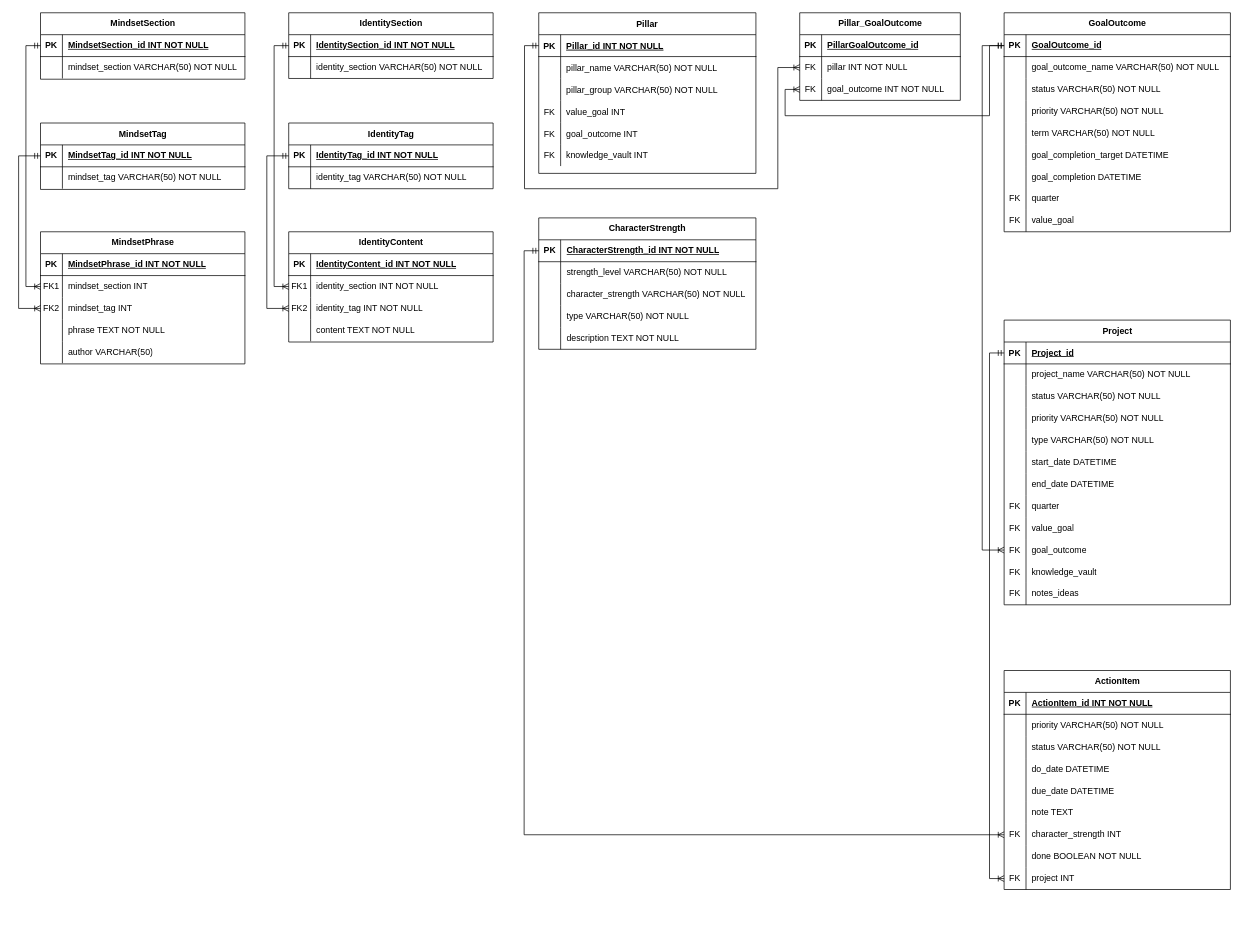
Jpneira2000/life_os keeps this draw.io diagram as Diagrama_ER.drawio. Above is the earlier version. Source tidied: cells renumbered, new cells numbered last; positions are measured from the earlier drawing's top-left corner, leaving out a move shared by most shapes. Both pictures are drawn from the tidied source at 73%, with x=0, y=0 at pixel (18, 12).
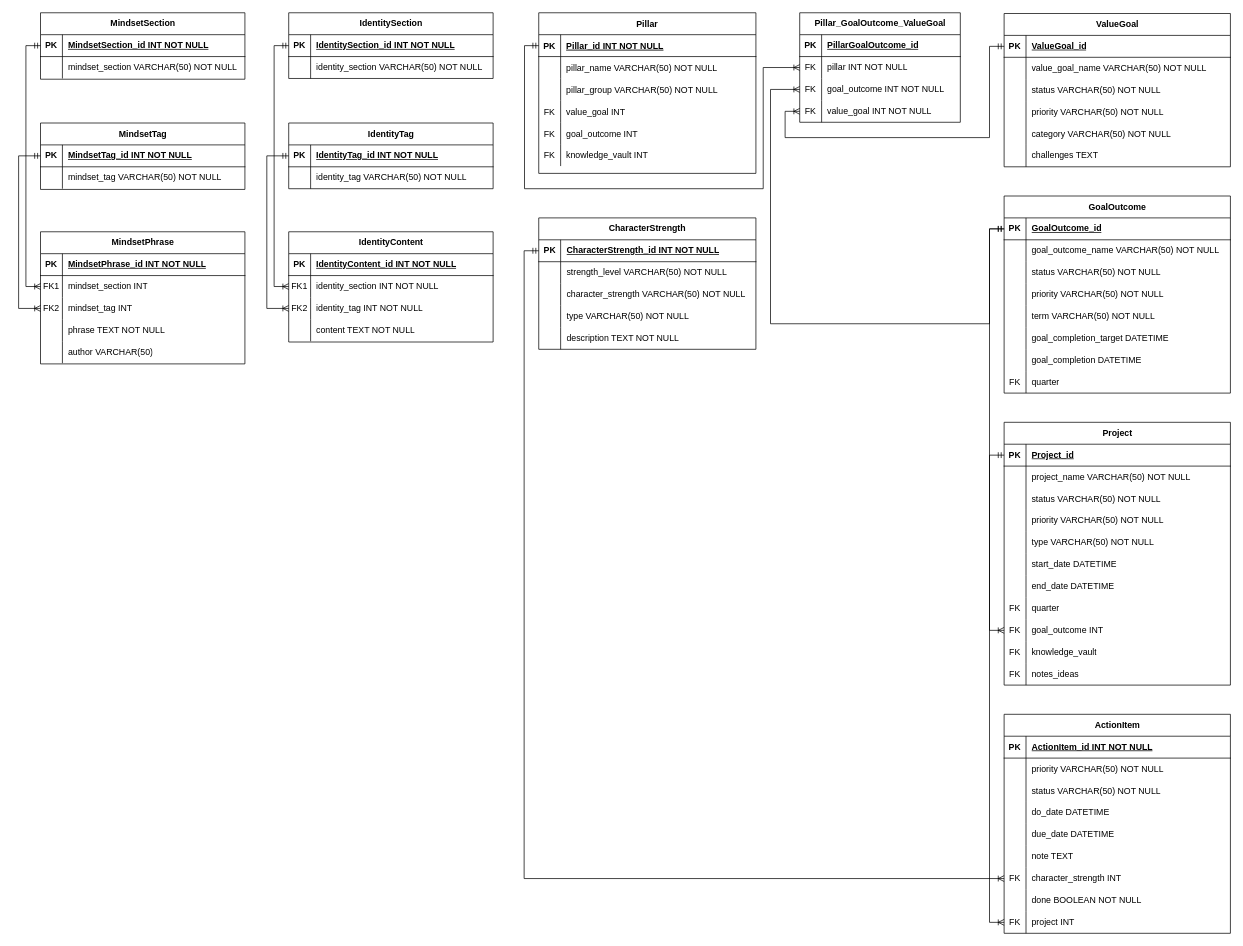
The same diagram, later.

Commit message:
ValueGoal en diagrama

The change refers to these unchanged cells:
```xml
<mxCell id="3" style="shape=partialRectangle;fillColor=none;points=[[0,0.5],[1,0.5]];portConstraint=eastwest;top=0;left=0;right=0;bottom=1;" parent="2" vertex="1">
  <mxGeometry y="30" width="297.5" height="30" as="geometry" />
</mxCell>
<mxCell id="166" style="shape=tableRow;horizontal=0;startSize=0;swimlaneHead=0;swimlaneBody=0;fillColor=none;points=[[0,0.5],[1,0.5]];portConstraint=eastwest;top=0;left=0;right=0;bottom=1;" parent="165" vertex="1">
  <mxGeometry y="30" width="310" height="30" as="geometry" />
</mxCell>
<mxCell id="197" style="shape=tableRow;horizontal=0;startSize=0;swimlaneHead=0;swimlaneBody=0;fillColor=none;points=[[0,0.5],[1,0.5]];portConstraint=eastwest;top=0;left=0;right=0;bottom=0;" parent="193" vertex="1">
  <mxGeometry y="60" width="220" height="30" as="geometry" />
</mxCell>
<mxCell id="200" style="shape=tableRow;horizontal=0;startSize=0;swimlaneHead=0;swimlaneBody=0;fillColor=none;points=[[0,0.5],[1,0.5]];portConstraint=eastwest;top=0;left=0;right=0;bottom=0;" parent="193" vertex="1">
  <mxGeometry y="90" width="220" height="30" as="geometry" />
</mxCell>
```

What changed in the source:
```diff
@@
     <mxCell id="98" value="ActionItem" style="shape=table;startSize=30;childLayout=tableLayout;rowLines=0;fontStyle=1;align=center;html=1;" parent="1" vertex="1">
-      <mxGeometry x="1350" y="901" width="310" height="300" as="geometry" />
+      <mxGeometry x="1350" y="961" width="310" height="300" as="geometry" />
     </mxCell>
@@
     <mxCell id="126" value="Project" style="shape=table;startSize=30;childLayout=tableLayout;rowLines=0;fontStyle=1;align=center;html=1;" parent="1" vertex="1">
-      <mxGeometry x="1350" y="421" width="310" height="390" as="geometry" />
+      <mxGeometry x="1350" y="561" width="310" height="360" as="geometry" />
     </mxCell>
@@
-    <mxCell id="151" style="shape=tableRow;horizontal=0;startSize=0;swimlaneHead=0;swimlaneBody=0;fillColor=none;top=0;left=0;right=0;bottom=0;" parent="126" vertex="1">
-      <mxGeometry y="270" width="310" height="30" as="geometry" />
-    </mxCell>
-    <mxCell id="152" value="FK" style="shape=partialRectangle;fillColor=none;top=0;left=0;bottom=0;right=0;overflow=hidden;whiteSpace=wrap;html=1;" parent="151" vertex="1">
-      <mxGeometry width="30" height="30" as="geometry" />
-    </mxCell>
-    <mxCell id="153" value="value_goal" style="shape=partialRectangle;fillColor=none;top=0;left=0;bottom=0;right=0;align=left;spacingLeft=6;overflow=hidden;whiteSpace=wrap;html=1;" parent="151" vertex="1">
-      <mxGeometry x="30" width="280" height="30" as="geometry" />
-    </mxCell>
     <mxCell id="154" style="shape=tableRow;horizontal=0;startSize=0;swimlaneHead=0;swimlaneBody=0;fillColor=none;points=[[0,0.5],[1,0.5]];portConstraint=eastwest;top=0;left=0;right=0;bottom=0;" parent="126" vertex="1">
-      <mxGeometry y="300" width="310" height="30" as="geometry" />
+      <mxGeometry y="270" width="310" height="30" as="geometry" />
     </mxCell>
@@
-    <mxCell id="156" value="goal_outcome" style="shape=partialRectangle;fillColor=none;top=0;left=0;bottom=0;right=0;align=left;spacingLeft=6;overflow=hidden;whiteSpace=wrap;html=1;" parent="154" vertex="1">
+    <mxCell id="156" value="goal_outcome INT" style="shape=partialRectangle;fillColor=none;top=0;left=0;bottom=0;right=0;align=left;spacingLeft=6;overflow=hidden;whiteSpace=wrap;html=1;" parent="154" vertex="1">
       <mxGeometry x="30" width="280" height="30" as="geometry" />
     </mxCell>
     <mxCell id="157" style="shape=tableRow;horizontal=0;startSize=0;swimlaneHead=0;swimlaneBody=0;fillColor=none;top=0;left=0;right=0;bottom=0;" parent="126" vertex="1">
-      <mxGeometry y="330" width="310" height="30" as="geometry" />
+      <mxGeometry y="300" width="310" height="30" as="geometry" />
     </mxCell>
@@
     <mxCell id="160" style="shape=tableRow;horizontal=0;startSize=0;swimlaneHead=0;swimlaneBody=0;fillColor=none;top=0;left=0;right=0;bottom=0;" parent="126" vertex="1">
-      <mxGeometry y="360" width="310" height="30" as="geometry" />
+      <mxGeometry y="330" width="310" height="30" as="geometry" />
     </mxCell>
@@
     <mxCell id="165" value="GoalOutcome" style="shape=table;startSize=30;childLayout=tableLayout;rowLines=0;fontStyle=1;align=center;html=1;" parent="1" vertex="1">
-      <mxGeometry x="1350" width="310" height="300" as="geometry" />
+      <mxGeometry x="1350" y="251" width="310" height="270" as="geometry" />
     </mxCell>
@@
-    <mxCell id="190" style="shape=tableRow;horizontal=0;startSize=0;swimlaneHead=0;swimlaneBody=0;fillColor=none;top=0;left=0;right=0;bottom=0;" parent="165" vertex="1">
-      <mxGeometry y="270" width="310" height="30" as="geometry" />
-    </mxCell>
-    <mxCell id="191" value="FK" style="shape=partialRectangle;fillColor=none;top=0;left=0;bottom=0;right=0;overflow=hidden;whiteSpace=wrap;html=1;" parent="190" vertex="1">
-      <mxGeometry width="30" height="30" as="geometry" />
-    </mxCell>
-    <mxCell id="192" value="value_goal" style="shape=partialRectangle;fillColor=none;top=0;left=0;bottom=0;right=0;align=left;spacingLeft=6;overflow=hidden;whiteSpace=wrap;html=1;" parent="190" vertex="1">
-      <mxGeometry x="30" width="280" height="30" as="geometry" />
-    </mxCell>
-    <mxCell id="193" value="Pillar_GoalOutcome" style="shape=table;startSize=30;childLayout=tableLayout;rowLines=0;fontStyle=1;align=center;html=1;" parent="1" vertex="1">
-      <mxGeometry x="1070" width="220" height="120" as="geometry" />
+    <mxCell id="193" value="Pillar_GoalOutcome_ValueGoal" style="shape=table;startSize=30;childLayout=tableLayout;rowLines=0;fontStyle=1;align=center;html=1;" parent="1" vertex="1">
+      <mxGeometry x="1070" width="220" height="150" as="geometry" />
     </mxCell>
@@
+    <mxCell id="206" style="shape=tableRow;horizontal=0;startSize=0;swimlaneHead=0;swimlaneBody=0;fillColor=none;points=[[0,0.5],[1,0.5]];portConstraint=eastwest;top=0;left=0;right=0;bottom=0;" parent="193" vertex="1">
+      <mxGeometry y="120" width="220" height="30" as="geometry" />
+    </mxCell>
+    <mxCell id="207" value="FK" style="shape=partialRectangle;fillColor=none;top=0;left=0;bottom=0;right=0;overflow=hidden;whiteSpace=wrap;html=1;" parent="206" vertex="1">
+      <mxGeometry width="30" height="30" as="geometry" />
+    </mxCell>
+    <mxCell id="208" value="value_goal INT NOT NULL" style="shape=partialRectangle;fillColor=none;top=0;left=0;bottom=0;right=0;align=left;spacingLeft=6;overflow=hidden;whiteSpace=wrap;html=1;" parent="206" vertex="1">
+      <mxGeometry x="30" width="190" height="30" as="geometry" />
+    </mxCell>
+    <mxCell id="205" style="edgeStyle=orthogonalEdgeStyle;rounded=0;jettySize=auto;html=1;exitX=0;exitY=0.5;exitDx=0;exitDy=0;entryX=0;entryY=0.5;entryDx=0;entryDy=0;startArrow=ERmandOne;startFill=0;endArrow=ERoneToMany;endFill=0;" parent="1" edge="1" source="166" target="154">
+      <mxGeometry relative="1" as="geometry">
+        <Array as="points">
+          <mxPoint x="1330" y="296" />
+          <mxPoint x="1330" y="846" />
+        </Array>
+      </mxGeometry>
+    </mxCell>
+    <mxCell id="209" value="ValueGoal" style="shape=table;startSize=30;childLayout=tableLayout;rowLines=0;fontStyle=1;align=center;html=1;" parent="1" vertex="1">
+      <mxGeometry x="1350" y="1" width="310" height="210" as="geometry" />
+    </mxCell>
+    <mxCell id="210" style="shape=tableRow;horizontal=0;startSize=0;swimlaneHead=0;swimlaneBody=0;fillColor=none;points=[[0,0.5],[1,0.5]];portConstraint=eastwest;top=0;left=0;right=0;bottom=1;" parent="209" vertex="1">
+      <mxGeometry y="30" width="310" height="30" as="geometry" />
+    </mxCell>
+    <mxCell id="211" value="PK" style="shape=partialRectangle;fillColor=none;top=0;left=0;bottom=0;right=0;fontStyle=1;overflow=hidden;whiteSpace=wrap;html=1;" parent="210" vertex="1">
+      <mxGeometry width="30" height="30" as="geometry" />
+    </mxCell>
+    <mxCell id="212" value="ValueGoal_id" style="shape=partialRectangle;fillColor=none;top=0;left=0;bottom=0;right=0;align=left;spacingLeft=6;fontStyle=5;overflow=hidden;whiteSpace=wrap;html=1;" parent="210" vertex="1">
+      <mxGeometry x="30" width="280" height="30" as="geometry" />
+    </mxCell>
+    <mxCell id="213" style="shape=tableRow;horizontal=0;startSize=0;swimlaneHead=0;swimlaneBody=0;fillColor=none;top=0;left=0;right=0;bottom=0;" parent="209" vertex="1">
+      <mxGeometry y="60" width="310" height="30" as="geometry" />
+    </mxCell>
+    <mxCell id="214" style="shape=partialRectangle;fillColor=none;top=0;left=0;bottom=0;right=0;overflow=hidden;whiteSpace=wrap;html=1;" parent="213" vertex="1">
+      <mxGeometry width="30" height="30" as="geometry" />
+    </mxCell>
+    <mxCell id="215" value="value_goal_name VARCHAR(50) NOT NULL" style="shape=partialRectangle;fillColor=none;top=0;left=0;bottom=0;right=0;align=left;spacingLeft=6;overflow=hidden;whiteSpace=wrap;html=1;" parent="213" vertex="1">
+      <mxGeometry x="30" width="280" height="30" as="geometry" />
+    </mxCell>
+    <mxCell id="216" style="shape=tableRow;horizontal=0;startSize=0;swimlaneHead=0;swimlaneBody=0;fillColor=none;top=0;left=0;right=0;bottom=0;" parent="209" vertex="1">
+      <mxGeometry y="90" width="310" height="30" as="geometry" />
+    </mxCell>
+    <mxCell id="217" style="shape=partialRectangle;fillColor=none;top=0;left=0;bottom=0;right=0;overflow=hidden;whiteSpace=wrap;html=1;" parent="216" vertex="1">
+      <mxGeometry width="30" height="30" as="geometry" />
+    </mxCell>
+    <mxCell id="218" value="status VARCHAR(50) NOT NULL" style="shape=partialRectangle;fillColor=none;top=0;left=0;bottom=0;right=0;align=left;spacingLeft=6;overflow=hidden;whiteSpace=wrap;html=1;" parent="216" vertex="1">
+      <mxGeometry x="30" width="280" height="30" as="geometry" />
+    </mxCell>
+    <mxCell id="219" style="shape=tableRow;horizontal=0;startSize=0;swimlaneHead=0;swimlaneBody=0;fillColor=none;top=0;left=0;right=0;bottom=0;" parent="209" vertex="1">
+      <mxGeometry y="120" width="310" height="30" as="geometry" />
+    </mxCell>
+    <mxCell id="220" style="shape=partialRectangle;fillColor=none;top=0;left=0;bottom=0;right=0;overflow=hidden;whiteSpace=wrap;html=1;" parent="219" vertex="1">
+      <mxGeometry width="30" height="30" as="geometry" />
+    </mxCell>
+    <mxCell id="221" value="priority VARCHAR(50) NOT NULL" style="shape=partialRectangle;fillColor=none;top=0;left=0;bottom=0;right=0;align=left;spacingLeft=6;overflow=hidden;whiteSpace=wrap;html=1;" parent="219" vertex="1">
+      <mxGeometry x="30" width="280" height="30" as="geometry" />
+    </mxCell>
+    <mxCell id="222" style="shape=tableRow;horizontal=0;startSize=0;swimlaneHead=0;swimlaneBody=0;fillColor=none;top=0;left=0;right=0;bottom=0;" parent="209" vertex="1">
+      <mxGeometry y="150" width="310" height="30" as="geometry" />
+    </mxCell>
+    <mxCell id="223" style="shape=partialRectangle;fillColor=none;top=0;left=0;bottom=0;right=0;overflow=hidden;whiteSpace=wrap;html=1;" parent="222" vertex="1">
+      <mxGeometry width="30" height="30" as="geometry" />
+    </mxCell>
+    <mxCell id="224" value="category VARCHAR(50) NOT NULL" style="shape=partialRectangle;fillColor=none;top=0;left=0;bottom=0;right=0;align=left;spacingLeft=6;overflow=hidden;whiteSpace=wrap;html=1;" parent="222" vertex="1">
+      <mxGeometry x="30" width="280" height="30" as="geometry" />
+    </mxCell>
+    <mxCell id="225" style="shape=tableRow;horizontal=0;startSize=0;swimlaneHead=0;swimlaneBody=0;fillColor=none;top=0;left=0;right=0;bottom=0;" parent="209" vertex="1">
+      <mxGeometry y="180" width="310" height="30" as="geometry" />
+    </mxCell>
+    <mxCell id="226" style="shape=partialRectangle;fillColor=none;top=0;left=0;bottom=0;right=0;overflow=hidden;whiteSpace=wrap;html=1;" parent="225" vertex="1">
+      <mxGeometry width="30" height="30" as="geometry" />
+    </mxCell>
+    <mxCell id="227" value="challenges TEXT" style="shape=partialRectangle;fillColor=none;top=0;left=0;bottom=0;right=0;align=left;spacingLeft=6;overflow=hidden;whiteSpace=wrap;html=1;" parent="225" vertex="1">
+      <mxGeometry x="30" width="280" height="30" as="geometry" />
+    </mxCell>
     <mxCell id="203" style="edgeStyle=orthogonalEdgeStyle;rounded=0;jettySize=auto;html=1;exitX=0;exitY=0.5;exitDx=0;exitDy=0;entryX=0;entryY=0.5;entryDx=0;entryDy=0;startArrow=ERmandOne;startFill=0;endArrow=ERoneToMany;endFill=0;" parent="1" edge="1" source="3" target="197">
       <mxGeometry relative="1" as="geometry">
         <Array as="points">
           <mxPoint x="693" y="45" />
           <mxPoint x="693" y="241" />
-          <mxPoint x="1040" y="241" />
-          <mxPoint x="1040" y="75" />
+          <mxPoint x="1020" y="241" />
+          <mxPoint x="1020" y="75" />
         </Array>
       </mxGeometry>
     </mxCell>
     <mxCell id="204" style="edgeStyle=orthogonalEdgeStyle;rounded=0;jettySize=auto;html=1;exitX=0;exitY=0.5;exitDx=0;exitDy=0;entryX=0;entryY=0.5;entryDx=0;entryDy=0;startArrow=ERmandOne;startFill=0;endArrow=ERoneToMany;endFill=0;" parent="1" edge="1" source="166" target="200">
       <mxGeometry relative="1" as="geometry">
         <Array as="points">
-          <mxPoint x="1330" y="45" />
-          <mxPoint x="1330" y="141" />
-          <mxPoint x="1050" y="141" />
-          <mxPoint x="1050" y="105" />
+          <mxPoint x="1330" y="296" />
+          <mxPoint x="1330" y="426" />
+          <mxPoint x="1030" y="426" />
+          <mxPoint x="1030" y="105" />
         </Array>
       </mxGeometry>
     </mxCell>
-    <mxCell id="205" style="edgeStyle=orthogonalEdgeStyle;rounded=0;jettySize=auto;html=1;exitX=0;exitY=0.5;exitDx=0;exitDy=0;entryX=0;entryY=0.5;entryDx=0;entryDy=0;startArrow=ERmandOne;startFill=0;endArrow=ERoneToMany;endFill=0;" parent="1" edge="1" source="166" target="154">
-      <mxGeometry relative="1" as="geometry">
-        <Array as="points">
-          <mxPoint x="1320" y="45" />
-          <mxPoint x="1320" y="736" />
-        </Array>
-      </mxGeometry>
-    </mxCell>
+    <mxCell id="228" style="edgeStyle=orthogonalEdgeStyle;rounded=0;jettySize=auto;html=1;exitX=0;exitY=0.5;exitDx=0;exitDy=0;entryX=0;entryY=0.5;entryDx=0;entryDy=0;startArrow=ERmandOne;startFill=0;endArrow=ERoneToMany;endFill=0;" parent="1" edge="1" source="210" target="206">
+      <mxGeometry relative="1" as="geometry">
+        <Array as="points">
+          <mxPoint x="1330" y="46" />
+          <mxPoint x="1330" y="171" />
+          <mxPoint x="1050" y="171" />
+          <mxPoint x="1050" y="135" />
+        </Array>
+      </mxGeometry>
+    </mxCell>
```
